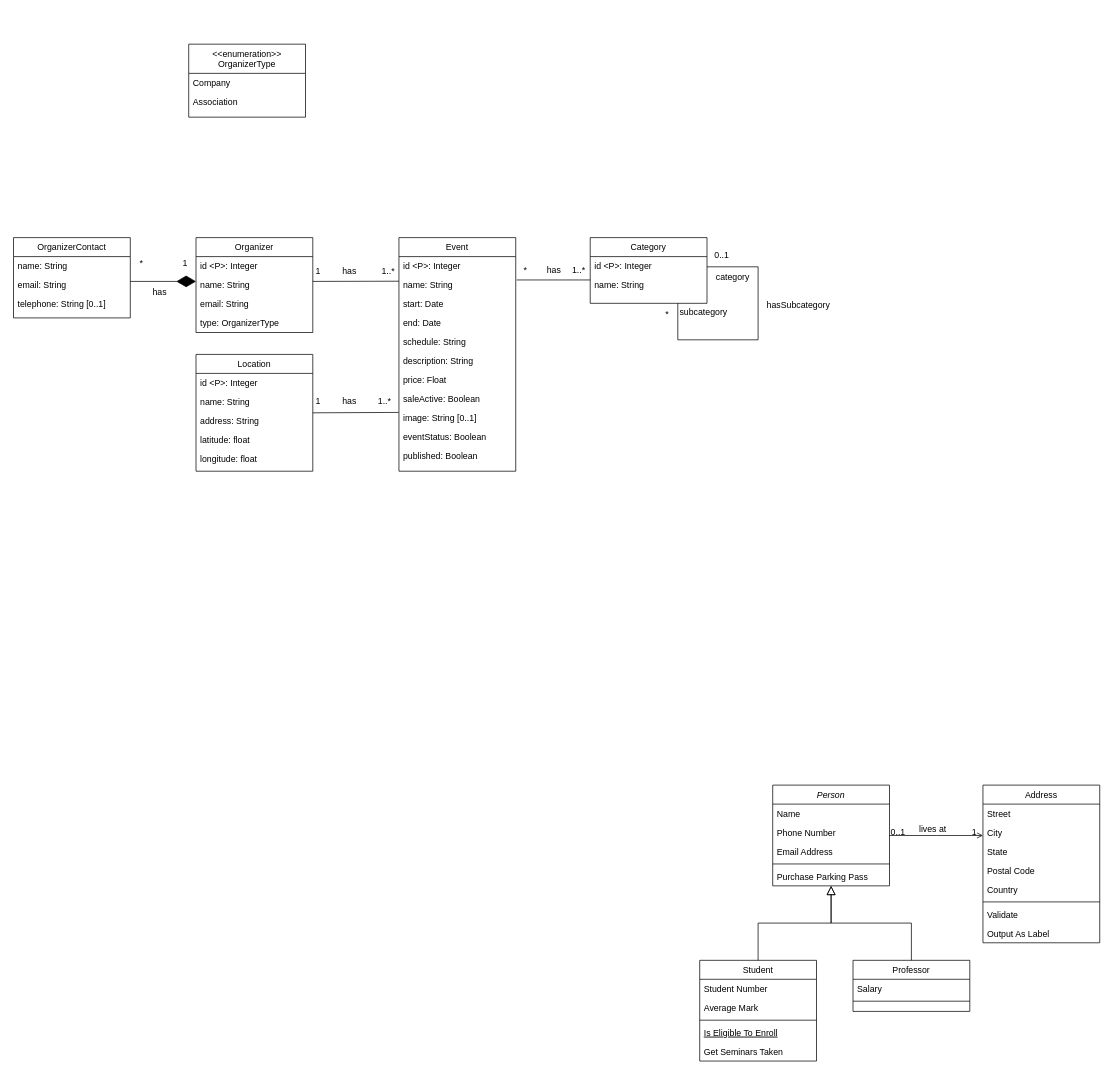
The draw.io diagram conceptual-diagram.drawio in danielpilot/event-database, before the edit. Source tidied: cells renumbered, new cells numbered last; positions are measured from the earlier drawing's top-left corner, leaving out a move shared by most shapes. Both pictures are drawn from the tidied source at 73%, with x=0, y=0 at pixel (13, 44).
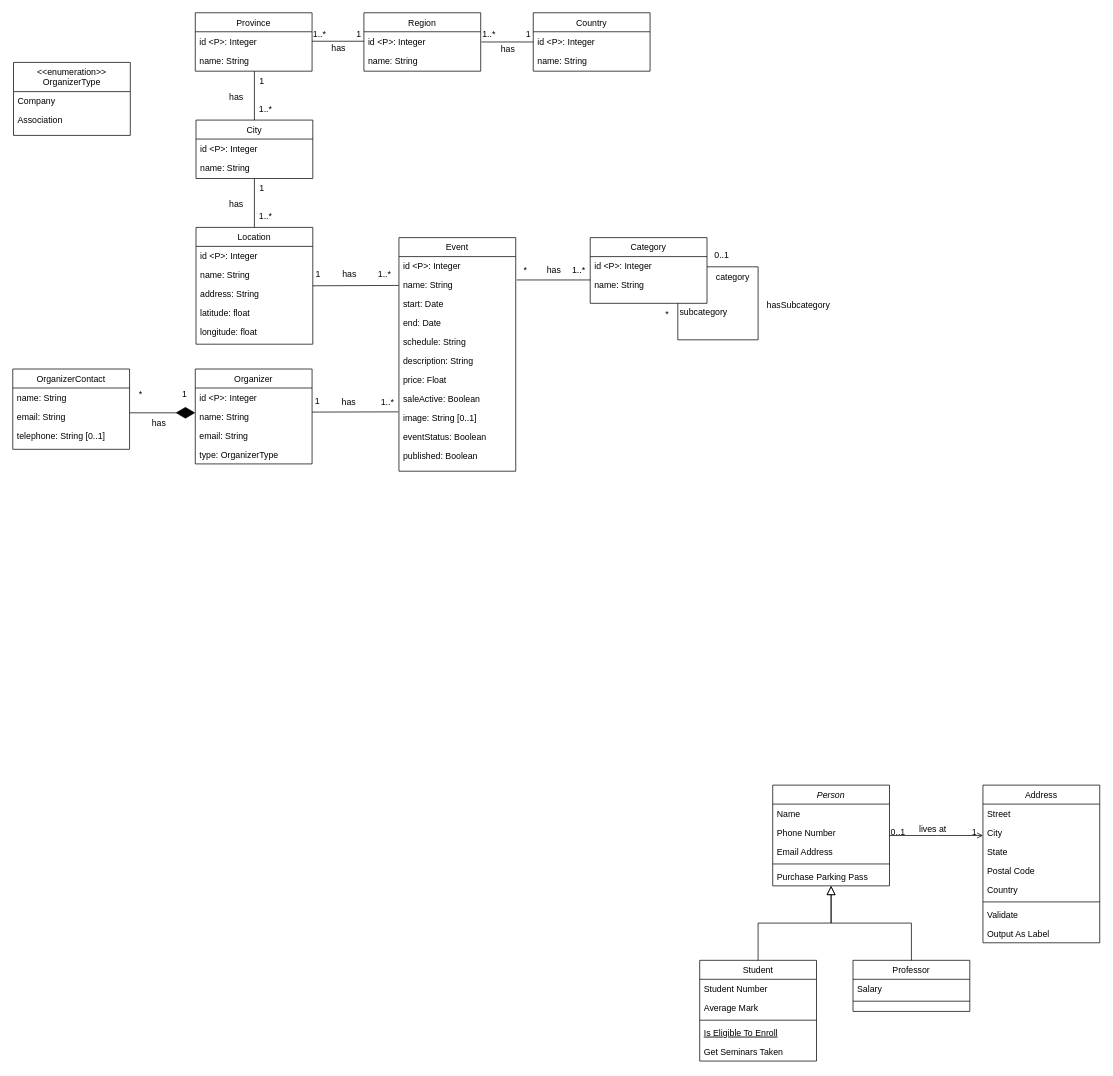
The same page after the edit.

Commit message:
Add location city, region and country

Unchanged cells that the change refers to:
```xml
<mxCell id="34" value="name: String" style="text;align=left;verticalAlign=top;spacingLeft=4;spacingRight=4;overflow=hidden;points=[[0,0.5],[1,0.5]];portConstraint=eastwest;rounded=0;shadow=0;html=0;" parent="32" vertex="1">
  <mxGeometry y="52" width="160" height="26" as="geometry" />
</mxCell>
<mxCell id="41" value="image: String [0..1]" style="text;align=left;verticalAlign=top;spacingLeft=4;spacingRight=4;overflow=hidden;points=[[0,0.5],[1,0.5]];portConstraint=eastwest;rounded=0;shadow=0;html=0;" parent="32" vertex="1">
  <mxGeometry y="234" width="160" height="26" as="geometry" />
</mxCell>
```

Diff of the diagram source:
```diff
@@
     <mxCell id="60" value="Organizer" style="swimlane;fontStyle=0;align=center;verticalAlign=top;horizontal=1;startSize=26;rounded=0;shadow=0;strokeWidth=1;" parent="1" vertex="1">
-      <mxGeometry x="250" y="265" width="160" height="130" as="geometry" />
+      <mxGeometry x="249" y="445" width="160" height="130" as="geometry" />
     </mxCell>
@@
-    <mxCell id="65" style="endArrow=none;html=1;rounded=0;entryX=0;entryY=0.297;entryDx=0;entryDy=0;entryPerimeter=0;" parent="1" edge="1" target="34">
+    <mxCell id="65" style="endArrow=none;html=1;rounded=0;entryX=0;entryY=0.297;entryDx=0;entryDy=0;entryPerimeter=0;" parent="1" edge="1">
       <mxGeometry relative="1" as="geometry">
-        <mxPoint x="410" y="325" as="sourcePoint" />
+        <mxPoint x="409" y="504" as="sourcePoint" />
+        <mxPoint x="527" y="503.7" as="targetPoint" />
       </mxGeometry>
     </mxCell>
     <mxCell id="66" value="1" style="text;html=1;align=center;verticalAlign=middle;strokeColor=none;fillColor=none;" parent="1" vertex="1">
-      <mxGeometry x="402" y="296" width="30" height="30" as="geometry" />
+      <mxGeometry x="401" y="475" width="30" height="30" as="geometry" />
     </mxCell>
     <mxCell id="67" value="1..*" style="text;html=1;align=center;verticalAlign=middle;strokeColor=none;fillColor=none;" parent="1" vertex="1">
-      <mxGeometry x="493" y="296" width="40" height="30" as="geometry" />
+      <mxGeometry x="492" y="476" width="40" height="30" as="geometry" />
     </mxCell>
     <mxCell id="68" value="has" style="text;html=1;align=center;verticalAlign=middle;strokeColor=none;fillColor=none;" parent="1" vertex="1">
-      <mxGeometry x="440" y="296" width="40" height="30" as="geometry" />
+      <mxGeometry x="439" y="476" width="40" height="30" as="geometry" />
     </mxCell>
     <mxCell id="69" value="&lt;&lt;enumeration&gt;&gt;&#10;OrganizerType&#10;" style="swimlane;fontStyle=0;align=center;verticalAlign=top;horizontal=1;startSize=40;rounded=0;shadow=0;strokeWidth=1;" parent="1" vertex="1">
-      <mxGeometry x="240" width="160" height="100" as="geometry" />
+      <mxGeometry y="25" width="160" height="100" as="geometry" />
     </mxCell>
@@
     <mxCell id="72" value="OrganizerContact" style="swimlane;fontStyle=0;align=center;verticalAlign=top;horizontal=1;startSize=26;rounded=0;shadow=0;strokeWidth=1;" parent="1" vertex="1">
-      <mxGeometry y="265" width="160" height="110" as="geometry" />
+      <mxGeometry x="-1" y="445" width="160" height="110" as="geometry" />
     </mxCell>
@@
     <mxCell id="76" style="endArrow=diamondThin;endFill=1;endSize=24;html=1;rounded=0;" parent="1" edge="1">
       <mxGeometry relative="1" as="geometry">
-        <mxPoint x="160" y="325" as="sourcePoint" />
-        <mxPoint x="250" y="325" as="targetPoint" />
+        <mxPoint x="159" y="505" as="sourcePoint" />
+        <mxPoint x="249" y="505" as="targetPoint" />
       </mxGeometry>
     </mxCell>
     <mxCell id="77" value="1" style="text;html=1;align=center;verticalAlign=middle;strokeColor=none;fillColor=none;" parent="1" vertex="1">
-      <mxGeometry x="220" y="285" width="30" height="30" as="geometry" />
+      <mxGeometry x="219" y="465" width="30" height="30" as="geometry" />
     </mxCell>
     <mxCell id="78" value="*" style="text;html=1;align=center;verticalAlign=middle;strokeColor=none;fillColor=none;" parent="1" vertex="1">
-      <mxGeometry x="160" y="285" width="30" height="30" as="geometry" />
+      <mxGeometry x="159" y="465" width="30" height="30" as="geometry" />
     </mxCell>
     <mxCell id="79" value="has" style="text;html=1;align=center;verticalAlign=middle;strokeColor=none;fillColor=none;" parent="1" vertex="1">
-      <mxGeometry x="180" y="325" width="40" height="30" as="geometry" />
+      <mxGeometry x="179" y="505" width="40" height="30" as="geometry" />
     </mxCell>
     <mxCell id="80" value="Location" style="swimlane;fontStyle=0;align=center;verticalAlign=top;horizontal=1;startSize=26;rounded=0;shadow=0;strokeWidth=1;" parent="1" vertex="1">
-      <mxGeometry x="250" y="425" width="160" height="160" as="geometry" />
+      <mxGeometry x="250" y="251" width="160" height="160" as="geometry" />
     </mxCell>
@@
-    <mxCell id="86" style="endArrow=none;html=1;rounded=0;entryX=-0.002;entryY=0.21;entryDx=0;entryDy=0;entryPerimeter=0;" parent="1" edge="1" target="41">
+    <mxCell id="86" style="endArrow=none;html=1;rounded=0;entryX=-0.002;entryY=0.21;entryDx=0;entryDy=0;entryPerimeter=0;" parent="1" edge="1">
       <mxGeometry relative="1" as="geometry">
-        <mxPoint x="410" y="505" as="sourcePoint" />
+        <mxPoint x="410" y="331" as="sourcePoint" />
+        <mxPoint x="527.7" y="330.5" as="targetPoint" />
       </mxGeometry>
     </mxCell>
     <mxCell id="87" value="1" style="text;html=1;align=center;verticalAlign=middle;strokeColor=none;fillColor=none;" parent="1" vertex="1">
-      <mxGeometry x="402" y="475" width="30" height="30" as="geometry" />
+      <mxGeometry x="402" y="301" width="30" height="30" as="geometry" />
     </mxCell>
     <mxCell id="88" value="1..*" style="text;html=1;align=center;verticalAlign=middle;strokeColor=none;fillColor=none;" parent="1" vertex="1">
-      <mxGeometry x="488" y="475" width="40" height="30" as="geometry" />
+      <mxGeometry x="488" y="301" width="40" height="30" as="geometry" />
     </mxCell>
     <mxCell id="89" value="has" style="text;html=1;align=center;verticalAlign=middle;strokeColor=none;fillColor=none;" parent="1" vertex="1">
-      <mxGeometry x="440" y="475" width="40" height="30" as="geometry" />
+      <mxGeometry x="440" y="301" width="40" height="30" as="geometry" />
     </mxCell>
+    <mxCell id="90" value="City" style="swimlane;fontStyle=0;align=center;verticalAlign=top;horizontal=1;startSize=26;rounded=0;shadow=0;strokeWidth=1;" parent="1" vertex="1">
+      <mxGeometry x="250" y="104" width="160" height="80" as="geometry" />
+    </mxCell>
+    <mxCell id="91" value="id &lt;P&gt;: Integer" style="text;align=left;verticalAlign=top;spacingLeft=4;spacingRight=4;overflow=hidden;" parent="90" vertex="1">
+      <mxGeometry y="26" width="160" height="26" as="geometry" />
+    </mxCell>
+    <mxCell id="92" value="name: String" style="text;align=left;verticalAlign=top;spacingLeft=4;spacingRight=4;overflow=hidden;rounded=0;shadow=0;html=0;" parent="90" vertex="1">
+      <mxGeometry y="52" width="160" height="26" as="geometry" />
+    </mxCell>
+    <mxCell id="93" value="Province" style="swimlane;fontStyle=0;align=center;verticalAlign=top;horizontal=1;startSize=26;rounded=0;shadow=0;strokeWidth=1;" parent="1" vertex="1">
+      <mxGeometry x="249" y="-43" width="160" height="80" as="geometry" />
+    </mxCell>
+    <mxCell id="94" value="id &lt;P&gt;: Integer" style="text;align=left;verticalAlign=top;spacingLeft=4;spacingRight=4;overflow=hidden;points=[[0,0.5],[1,0.5]];portConstraint=eastwest;" parent="93" vertex="1">
+      <mxGeometry y="26" width="160" height="26" as="geometry" />
+    </mxCell>
+    <mxCell id="95" value="name: String" style="text;align=left;verticalAlign=top;spacingLeft=4;spacingRight=4;overflow=hidden;rounded=0;shadow=0;html=0;" parent="93" vertex="1">
+      <mxGeometry y="52" width="160" height="26" as="geometry" />
+    </mxCell>
+    <mxCell id="96" value="Region" style="swimlane;fontStyle=0;align=center;verticalAlign=top;horizontal=1;startSize=26;rounded=0;shadow=0;strokeWidth=1;" parent="1" vertex="1">
+      <mxGeometry x="480" y="-43" width="160" height="80" as="geometry" />
+    </mxCell>
+    <mxCell id="97" value="id &lt;P&gt;: Integer" style="text;align=left;verticalAlign=top;spacingLeft=4;spacingRight=4;overflow=hidden;points=[[0,0.5],[1,0.5]];portConstraint=eastwest;" parent="96" vertex="1">
+      <mxGeometry y="26" width="160" height="26" as="geometry" />
+    </mxCell>
+    <mxCell id="98" value="name: String" style="text;align=left;verticalAlign=top;spacingLeft=4;spacingRight=4;overflow=hidden;rounded=0;shadow=0;html=0;" parent="96" vertex="1">
+      <mxGeometry y="52" width="160" height="26" as="geometry" />
+    </mxCell>
+    <mxCell id="99" value="Country" style="swimlane;fontStyle=0;align=center;verticalAlign=top;horizontal=1;startSize=26;rounded=0;shadow=0;strokeWidth=1;" parent="1" vertex="1">
+      <mxGeometry x="712" y="-43" width="160" height="80" as="geometry" />
+    </mxCell>
+    <mxCell id="100" value="id &lt;P&gt;: Integer" style="text;align=left;verticalAlign=top;spacingLeft=4;spacingRight=4;overflow=hidden;" parent="99" vertex="1">
+      <mxGeometry y="26" width="160" height="26" as="geometry" />
+    </mxCell>
+    <mxCell id="101" value="name: String" style="text;align=left;verticalAlign=top;spacingLeft=4;spacingRight=4;overflow=hidden;rounded=0;shadow=0;html=0;" parent="99" vertex="1">
+      <mxGeometry y="52" width="160" height="26" as="geometry" />
+    </mxCell>
+    <mxCell id="102" style="endArrow=none;html=1;rounded=0;exitX=0.5;exitY=0;exitDx=0;exitDy=0;entryX=0.5;entryY=1;entryDx=0;entryDy=0;" parent="1" edge="1" source="80" target="90">
+      <mxGeometry relative="1" as="geometry" />
+    </mxCell>
+    <mxCell id="103" value="1" style="text;html=1;align=center;verticalAlign=middle;strokeColor=none;fillColor=none;" parent="1" vertex="1">
+      <mxGeometry x="325" y="183" width="30" height="30" as="geometry" />
+    </mxCell>
+    <mxCell id="104" value="1..*" style="text;html=1;align=center;verticalAlign=middle;strokeColor=none;fillColor=none;" parent="1" vertex="1">
+      <mxGeometry x="325" y="221" width="40" height="30" as="geometry" />
+    </mxCell>
+    <mxCell id="105" value="has" style="text;html=1;align=center;verticalAlign=middle;strokeColor=none;fillColor=none;" parent="1" vertex="1">
+      <mxGeometry x="285" y="205" width="40" height="30" as="geometry" />
+    </mxCell>
+    <mxCell id="106" style="endArrow=none;html=1;rounded=0;exitX=0.5;exitY=0;exitDx=0;exitDy=0;entryX=0.5;entryY=1;entryDx=0;entryDy=0;" parent="1" edge="1">
+      <mxGeometry relative="1" as="geometry">
+        <mxPoint x="330" y="104" as="sourcePoint" />
+        <mxPoint x="330" y="37" as="targetPoint" />
+      </mxGeometry>
+    </mxCell>
+    <mxCell id="107" value="1" style="text;html=1;align=center;verticalAlign=middle;strokeColor=none;fillColor=none;" parent="1" vertex="1">
+      <mxGeometry x="325" y="36" width="30" height="30" as="geometry" />
+    </mxCell>
+    <mxCell id="108" value="1..*" style="text;html=1;align=center;verticalAlign=middle;strokeColor=none;fillColor=none;" parent="1" vertex="1">
+      <mxGeometry x="325" y="74" width="40" height="30" as="geometry" />
+    </mxCell>
+    <mxCell id="109" value="has" style="text;html=1;align=center;verticalAlign=middle;strokeColor=none;fillColor=none;" parent="1" vertex="1">
+      <mxGeometry x="285" y="58" width="40" height="30" as="geometry" />
+    </mxCell>
+    <mxCell id="110" value="1" style="text;html=1;align=center;verticalAlign=middle;strokeColor=none;fillColor=none;" parent="1" vertex="1">
+      <mxGeometry x="458" y="-29" width="30" height="30" as="geometry" />
+    </mxCell>
+    <mxCell id="111" value="1..*" style="text;html=1;align=center;verticalAlign=middle;strokeColor=none;fillColor=none;" parent="1" vertex="1">
+      <mxGeometry x="399" y="-29" width="40" height="30" as="geometry" />
+    </mxCell>
+    <mxCell id="112" value="has" style="text;html=1;align=center;verticalAlign=middle;strokeColor=none;fillColor=none;" parent="1" vertex="1">
+      <mxGeometry x="425" y="-9" width="40" height="30" as="geometry" />
+    </mxCell>
+    <mxCell id="113" style="endArrow=none;html=1;rounded=0;exitX=1;exitY=0.5;exitDx=0;exitDy=0;entryX=0;entryY=0.5;entryDx=0;entryDy=0;" parent="1" edge="1" source="94" target="97">
+      <mxGeometry relative="1" as="geometry" />
+    </mxCell>
+    <mxCell id="114" value="1" style="text;html=1;align=center;verticalAlign=middle;strokeColor=none;fillColor=none;" parent="1" vertex="1">
+      <mxGeometry x="690" y="-28" width="30" height="30" as="geometry" />
+    </mxCell>
+    <mxCell id="115" value="1..*" style="text;html=1;align=center;verticalAlign=middle;strokeColor=none;fillColor=none;" parent="1" vertex="1">
+      <mxGeometry x="631" y="-28" width="40" height="30" as="geometry" />
+    </mxCell>
+    <mxCell id="116" value="has" style="text;html=1;align=center;verticalAlign=middle;strokeColor=none;fillColor=none;" parent="1" vertex="1">
+      <mxGeometry x="657" y="-8" width="40" height="30" as="geometry" />
+    </mxCell>
+    <mxCell id="117" style="endArrow=none;html=1;rounded=0;exitX=1;exitY=0.5;exitDx=0;exitDy=0;entryX=0;entryY=0.5;entryDx=0;entryDy=0;" parent="1" edge="1">
+      <mxGeometry relative="1" as="geometry">
+        <mxPoint x="641" y="-3" as="sourcePoint" />
+        <mxPoint x="712" y="-3" as="targetPoint" />
+      </mxGeometry>
+    </mxCell>
```
